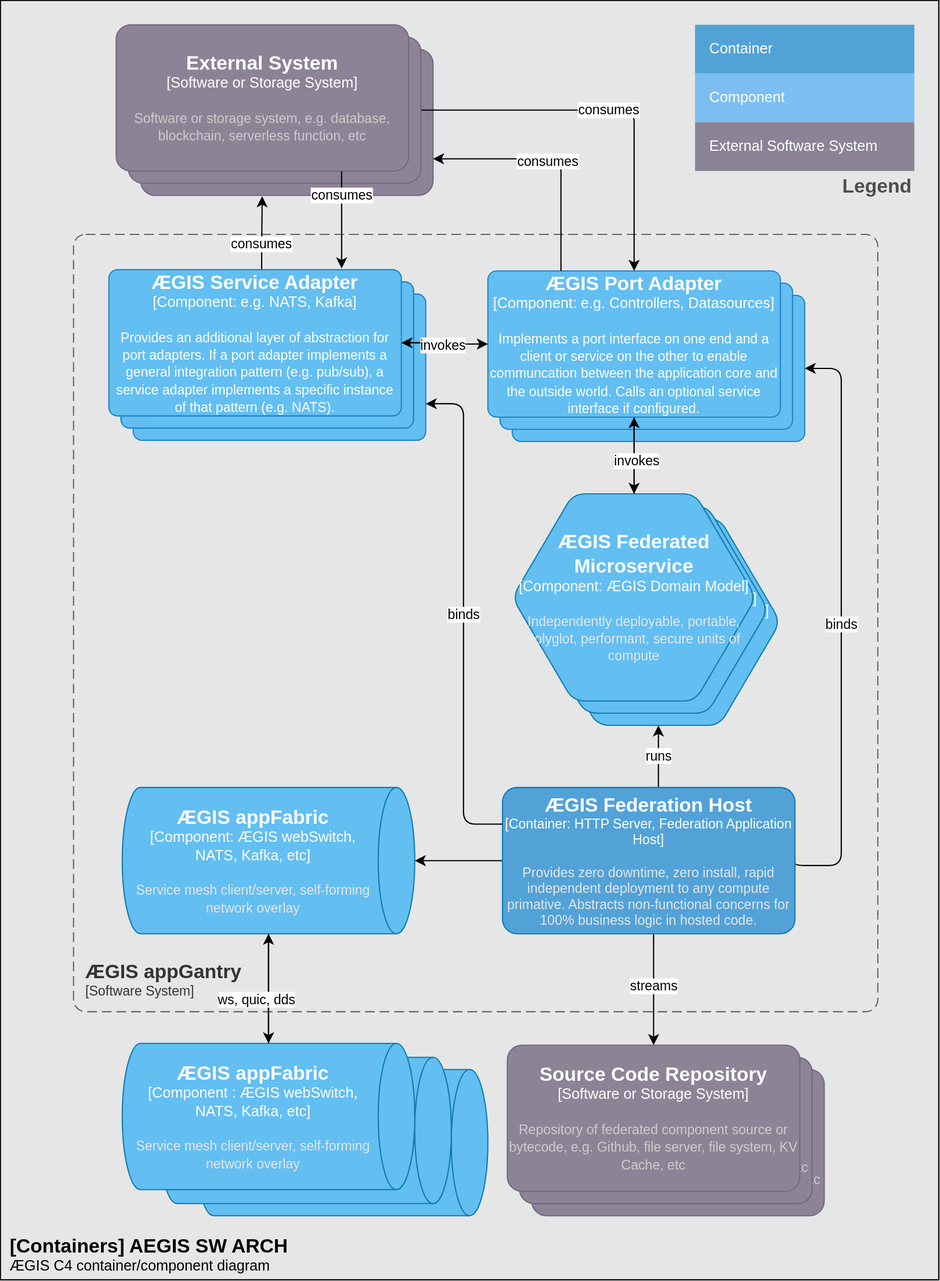
module-federation/aegis-host keeps this draw.io diagram as public/c4.svg. Above is the earlier version. Source tidied: cells renumbered, new cells last; positions are measured from the earlier drawing's top-left corner, leaving out a move shared by most shapes.
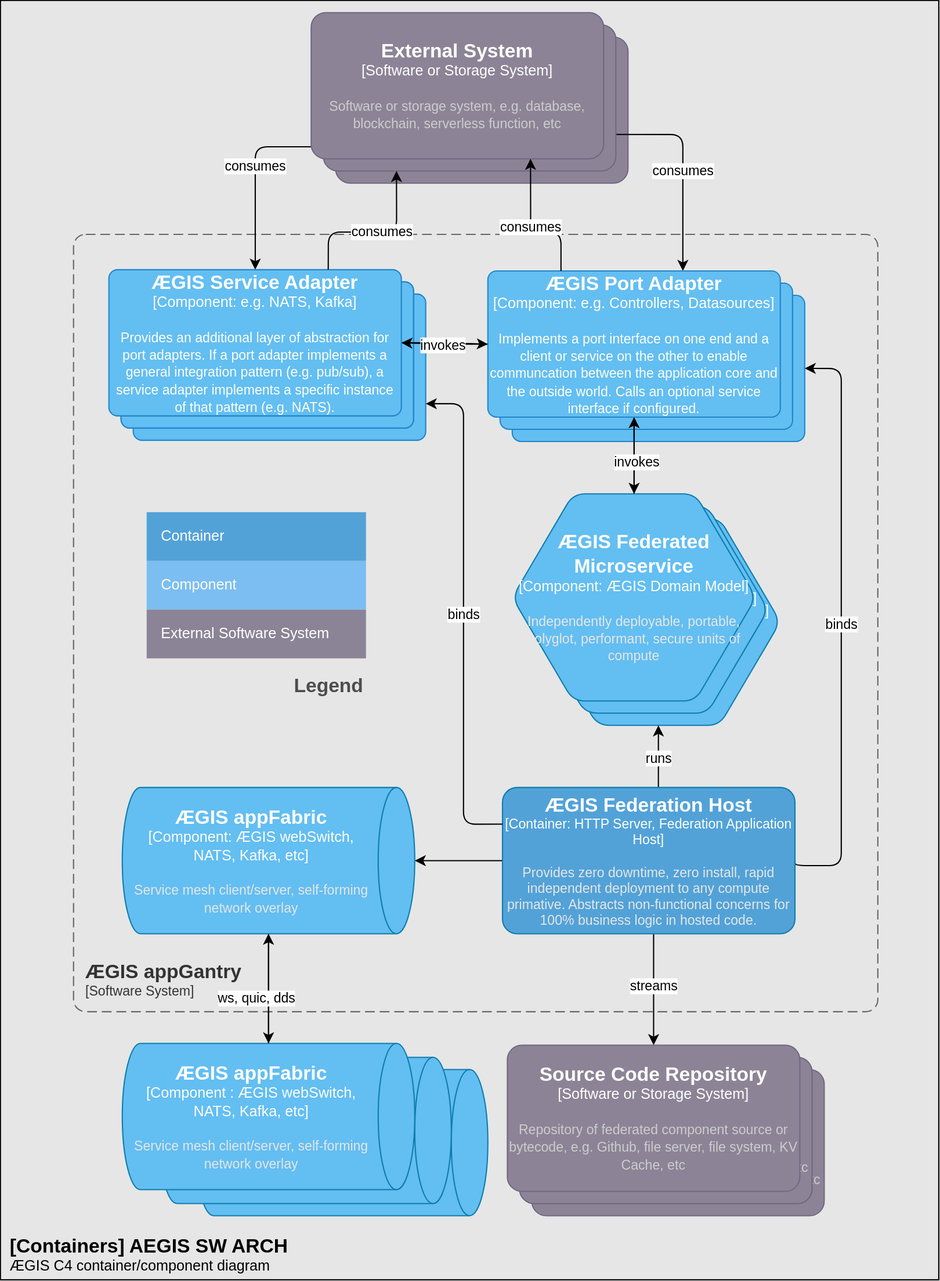
After the commit.

Change to the diagram source:
```diff
@@ -45,15 +45,19 @@
     </object>
     <object id="11" label="&lt;font style=&quot;font-size: 16px&quot;&gt;&lt;b&gt;%c4Name%&lt;/b&gt;&lt;/font&gt;&lt;div&gt;[%c4Type%]&lt;/div&gt;&lt;br&gt;&lt;div&gt;&lt;font style=&quot;font-size: 11px&quot;&gt;&lt;font color=&quot;#cccccc&quot;&gt;%c4Description%&lt;/font&gt;&lt;/div&gt;" c4Description="Description of external software system." c4Name="External system name" c4Type="Software System" placeholders="1">
       <mxCell style="rounded=1;whiteSpace=wrap;html=1;labelBackgroundColor=none;fillColor=#8C8496;fontColor=#ffffff;align=center;arcSize=10;strokeColor=#736782;points=[[0.25,0,0],[0.5,0,0],[0.75,0,0],[1,0.25,0],[1,0.5,0],[1,0.75,0],[0.75,1,0],[0.5,1,0],[0.25,1,0],[0,0.75,0],[0,0.5,0],[0,0.25,0]];" parent="1" vertex="1">
-        <mxGeometry x="115" y="40" width="240" height="120" as="geometry" />
+        <mxGeometry x="275" y="30" width="240" height="120" as="geometry" />
       </mxCell>
     </object>
-    <mxCell id="12" value="consumes" style="edgeStyle=orthogonalEdgeStyle;html=1;" parent="1" edge="1" source="13" target="37">
-      <mxGeometry relative="1" as="geometry" />
+    <mxCell id="12" value="consumes" style="edgeStyle=orthogonalEdgeStyle;html=1;exitX=1;exitY=0.75;exitDx=0;exitDy=0;exitPerimeter=0;" parent="1" edge="1" source="13" target="37">
+      <mxGeometry relative="1" as="geometry">
+        <Array as="points">
+          <mxPoint x="560" y="110" />
+        </Array>
+      </mxGeometry>
     </mxCell>
     <object id="13" label="&lt;font style=&quot;font-size: 16px&quot;&gt;&lt;b&gt;%c4Name%&lt;/b&gt;&lt;/font&gt;&lt;div&gt;[%c4Type%]&lt;/div&gt;&lt;br&gt;&lt;div&gt;&lt;font style=&quot;font-size: 11px&quot;&gt;&lt;font color=&quot;#cccccc&quot;&gt;%c4Description%&lt;/font&gt;&lt;/div&gt;" c4Description="Description of external software system." c4Name="External system name" c4Type="Software System" placeholders="1">
       <mxCell style="rounded=1;whiteSpace=wrap;html=1;labelBackgroundColor=none;fillColor=#8C8496;fontColor=#ffffff;align=center;arcSize=10;strokeColor=#736782;points=[[0.25,0,0],[0.5,0,0],[0.75,0,0],[1,0.25,0],[1,0.5,0],[1,0.75,0],[0.75,1,0],[0.5,1,0],[0.25,1,0],[0,0.75,0],[0,0.5,0],[0,0.25,0]];" parent="1" vertex="1">
-        <mxGeometry x="105" y="30" width="240" height="120" as="geometry" />
+        <mxGeometry x="265" y="20" width="240" height="120" as="geometry" />
       </mxCell>
     </object>
     <object id="14" label="&lt;font style=&quot;font-size: 16px&quot;&gt;&lt;b&gt;%c4Name%&lt;/b&gt;&lt;/font&gt;&lt;div&gt;[%c4Type%: %c4Technology%]&lt;/div&gt;&lt;br&gt;&lt;div&gt;&lt;font style=&quot;font-size: 11px&quot;&gt;%c4Description%&lt;/font&gt;&lt;/div&gt;" c4Description="Description of component role/responsibility." c4Name="ÆGIS Service Adapter" c4Technology="e.g. Spring Service" c4Type="Component" placeholders="1">
@@ -124,26 +128,23 @@
         <mxGeometry x="412" y="646" width="240" height="120" as="geometry" />
       </mxCell>
     </object>
-    <mxCell id="28" style="edgeStyle=orthogonalEdgeStyle;html=1;entryX=0.416;entryY=1.006;entryDx=0;entryDy=0;entryPerimeter=0;exitX=0.439;exitY=0.006;exitDx=0;exitDy=0;exitPerimeter=0;" parent="1" edge="1" source="14" target="11">
-      <mxGeometry relative="1" as="geometry" />
-    </mxCell>
-    <mxCell id="29" value="consumes" style="edgeLabel;html=1;align=center;verticalAlign=middle;" parent="28" vertex="1">
-      <mxGeometry x="0.05" y="1" relative="1" as="geometry" />
-    </mxCell>
     <object id="30" label="&lt;font style=&quot;font-size: 16px&quot;&gt;&lt;b&gt;%c4Name%&lt;/b&gt;&lt;/font&gt;&lt;div&gt;[%c4Type%]&lt;/div&gt;&lt;br&gt;&lt;div&gt;&lt;font style=&quot;font-size: 11px&quot;&gt;&lt;font color=&quot;#cccccc&quot;&gt;%c4Description%&lt;/font&gt;&lt;/div&gt;" c4Description="Repository of federated component source or bytecode, e.g. Github, file server, file system, KV Cache, etc" c4Name="Source Code Repository" c4Type="Software or Storage System" placeholders="1">
       <mxCell style="rounded=1;whiteSpace=wrap;html=1;labelBackgroundColor=none;fillColor=#8C8496;fontColor=#ffffff;align=center;arcSize=10;strokeColor=#736782;points=[[0.25,0,0],[0.5,0,0],[0.75,0,0],[1,0.25,0],[1,0.5,0],[1,0.75,0],[0.75,1,0],[0.5,1,0],[0.25,1,0],[0,0.75,0],[0,0.5,0],[0,0.25,0]];" parent="1" vertex="1">
         <mxGeometry x="416" y="857.4" width="240" height="120" as="geometry" />
       </mxCell>
     </object>
-    <mxCell id="31" value="consumes" style="edgeStyle=orthogonalEdgeStyle;html=1;" parent="1" edge="1">
+    <mxCell id="31" value="consumes" style="edgeStyle=orthogonalEdgeStyle;html=1;" parent="1" edge="1" target="44">
       <mxGeometry relative="1" as="geometry">
         <mxPoint x="270" y="110" as="sourcePoint" />
-        <mxPoint x="280" y="220" as="targetPoint" />
+        <Array as="points">
+          <mxPoint x="270" y="120" />
+          <mxPoint x="209" y="120" />
+        </Array>
       </mxGeometry>
     </mxCell>
     <object id="32" label="&lt;font style=&quot;font-size: 16px&quot;&gt;&lt;b&gt;%c4Name%&lt;/b&gt;&lt;/font&gt;&lt;div&gt;[%c4Type%]&lt;/div&gt;&lt;br&gt;&lt;div&gt;&lt;font style=&quot;font-size: 11px&quot;&gt;&lt;font color=&quot;#cccccc&quot;&gt;%c4Description%&lt;/font&gt;&lt;/div&gt;" c4Description="Software or storage system, e.g. database, blockchain, serverless function, etc" c4Name="External System" c4Type="Software or Storage System" placeholders="1">
       <mxCell style="rounded=1;whiteSpace=wrap;html=1;labelBackgroundColor=none;fillColor=#8C8496;fontColor=#ffffff;align=center;arcSize=10;strokeColor=#736782;points=[[0.25,0,0],[0.5,0,0],[0.75,0,0],[1,0.25,0],[1,0.5,0],[1,0.75,0],[0.75,1,0],[0.5,1,0],[0.25,1,0],[0,0.75,0],[0,0.5,0],[0,0.25,0]];" parent="1" vertex="1">
-        <mxGeometry x="95" y="20" width="240" height="120" as="geometry" />
+        <mxGeometry x="255" y="10" width="240" height="120" as="geometry" />
       </mxCell>
     </object>
     <mxCell id="33" value="binds" style="edgeStyle=orthogonalEdgeStyle;html=1;exitX=0;exitY=0.25;exitDx=0;exitDy=0;exitPerimeter=0;entryX=1;entryY=0.75;entryDx=0;entryDy=0;entryPerimeter=0;" parent="1" edge="1" source="27" target="14">
@@ -168,12 +169,11 @@
         <mxGeometry x="400" y="222" width="240" height="120" as="geometry" />
       </mxCell>
     </object>
-    <mxCell id="38" style="edgeStyle=orthogonalEdgeStyle;html=1;exitX=0.25;exitY=0;exitDx=0;exitDy=0;exitPerimeter=0;" parent="1" edge="1" source="37">
+    <mxCell id="38" style="edgeStyle=orthogonalEdgeStyle;html=1;exitX=0.25;exitY=0;exitDx=0;exitDy=0;exitPerimeter=0;entryX=0.75;entryY=1;entryDx=0;entryDy=0;entryPerimeter=0;" parent="1" edge="1" source="37" target="32">
       <mxGeometry relative="1" as="geometry">
-        <mxPoint x="355" y="130" as="targetPoint" />
         <Array as="points">
-          <mxPoint x="460" y="130" />
-          <mxPoint x="355" y="130" />
+          <mxPoint x="460" y="190" />
+          <mxPoint x="435" y="190" />
         </Array>
       </mxGeometry>
     </mxCell>
@@ -200,10 +200,10 @@
       </mxCell>
     </object>
     <mxCell id="45" value="Legend" style="align=right;fontSize=16;fontStyle=1;strokeColor=none;fillColor=none;fontColor=#4D4D4D;spacingTop=-8;" parent="1" vertex="1">
-      <mxGeometry x="570" y="140" width="180" height="30" as="geometry" />
+      <mxGeometry x="120" y="550" width="180" height="30" as="geometry" />
     </mxCell>
     <mxCell id="46" style="shape=table;html=1;whiteSpace=wrap;startSize=0;fillColor=none;align=left;spacingLeft=10;strokeColor=none;rounded=1;arcSize=11;fontColor=#FFFFFF;" parent="1" vertex="1">
-      <mxGeometry x="570" y="20" width="180" height="120" as="geometry" />
+      <mxGeometry x="120" y="420" width="180" height="120" as="geometry" />
     </mxCell>
     <mxCell id="47" value="Container" style="shape=partialRectangle;html=1;whiteSpace=wrap;fillColor=#52A2D8;top=0;left=0;bottom=0;right=0;overflow=hidden;align=left;spacingLeft=10;fontColor=#FFFFFF;" parent="46" vertex="1">
       <mxGeometry width="180" height="40" as="geometry" />
@@ -219,5 +219,16 @@
         <mxGeometry x="6" y="1006.4" width="260" height="40" as="geometry" />
       </mxCell>
     </object>
+    <mxCell id="51" style="edgeStyle=orthogonalEdgeStyle;html=1;exitX=0.75;exitY=0;exitDx=0;exitDy=0;exitPerimeter=0;entryX=0.25;entryY=1;entryDx=0;entryDy=0;entryPerimeter=0;" parent="1" edge="1" source="44" target="13">
+      <mxGeometry relative="1" as="geometry">
+        <Array as="points">
+          <mxPoint x="269" y="190" />
+          <mxPoint x="325" y="190" />
+        </Array>
+      </mxGeometry>
+    </mxCell>
+    <mxCell id="29" value="consumes" style="edgeLabel;html=1;align=center;verticalAlign=middle;" parent="51" vertex="1">
+      <mxGeometry x="0.05" y="1" relative="1" as="geometry" />
+    </mxCell>
   </root>
 </mxGraphModel>
```
